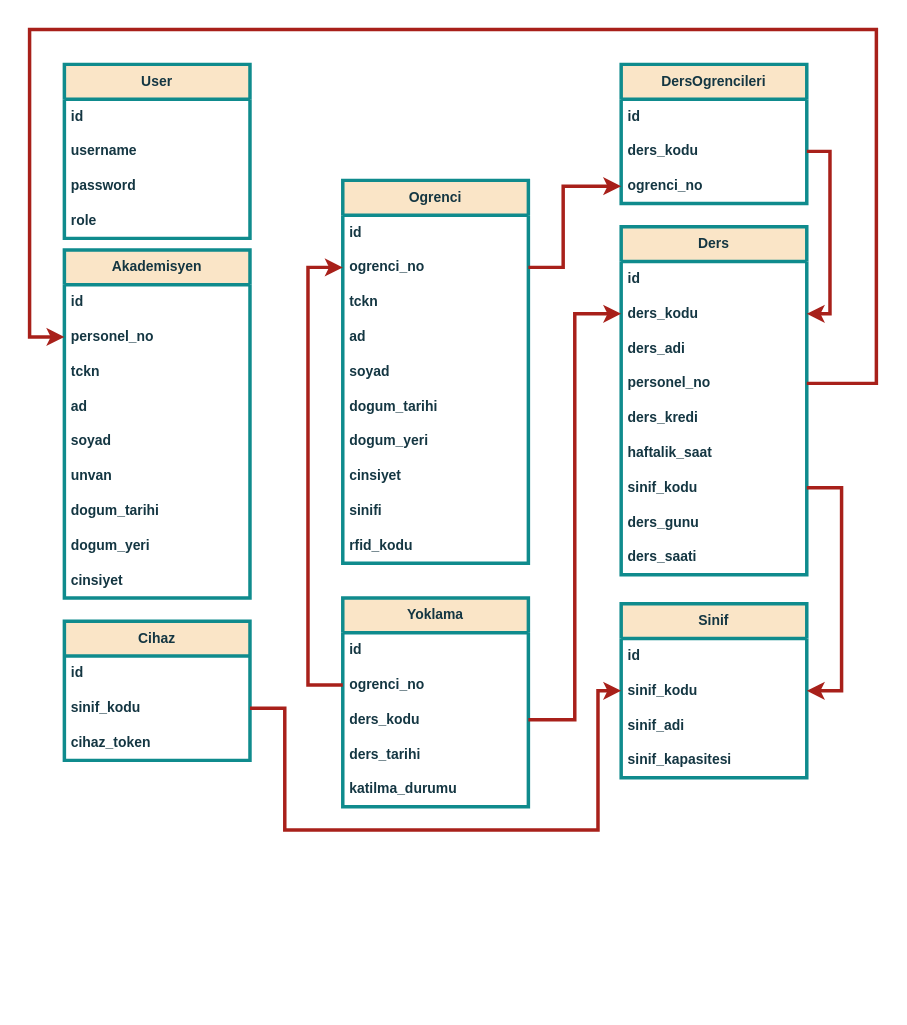
This is web/yapilanlar/2_veritabanının oluşturulması/4_tasarim/veritabani_v7.drawio from azizcanhamas/iot-web-based-electronic-attendance-system, a draw.io file, before an edit. Source tidied: cells renumbered, new cells numbered last; positions are measured from the earlier drawing's top-left corner, leaving out a move shared by most shapes. Both pictures are drawn from the tidied source at 116%, with x=0, y=0 at pixel (29, 29).
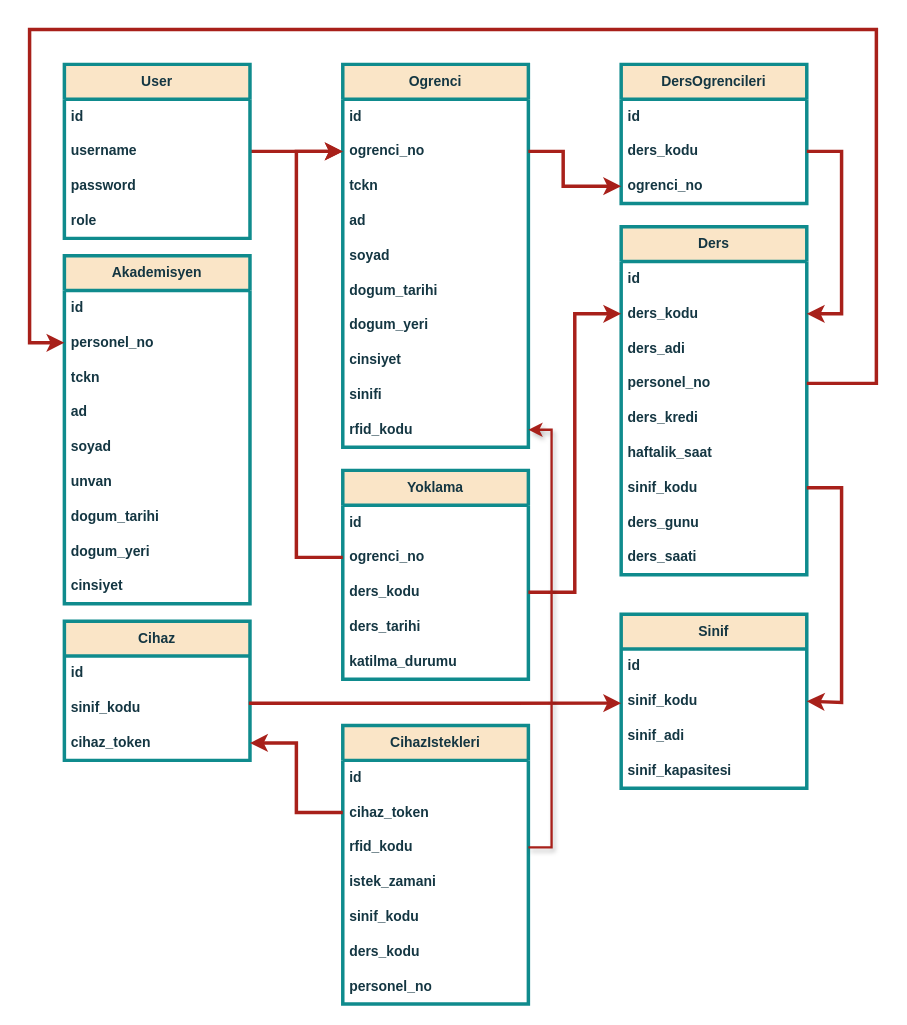
The same diagram, later.

Commit message (it also covers changes not shown here):
Add CihazIstekleri table to Admin home page.

The change refers to these unchanged cells:
```xml
<mxCell id="4" value="personel_no" style="text;strokeColor=none;fillColor=none;align=left;verticalAlign=middle;spacingLeft=4;spacingRight=4;overflow=hidden;points=[[0,0.5],[1,0.5]];portConstraint=eastwest;whiteSpace=wrap;html=1;fontStyle=1;rounded=0;labelBackgroundColor=none;fontColor=#143642;strokeWidth=3;" parent="2" vertex="1">
  <mxGeometry y="60" width="160" height="30" as="geometry" />
</mxCell>
<mxCell id="14" value="ogrenci_no" style="text;strokeColor=none;fillColor=none;align=left;verticalAlign=middle;spacingLeft=4;spacingRight=4;overflow=hidden;points=[[0,0.5],[1,0.5]];portConstraint=eastwest;whiteSpace=wrap;html=1;fontStyle=1;rounded=0;labelBackgroundColor=none;fontColor=#143642;strokeWidth=3;" parent="12" vertex="1">
  <mxGeometry y="60" width="160" height="30" as="geometry" />
</mxCell>
<mxCell id="22" value="rfid_kodu" style="text;strokeColor=none;fillColor=none;align=left;verticalAlign=middle;spacingLeft=4;spacingRight=4;overflow=hidden;points=[[0,0.5],[1,0.5]];portConstraint=eastwest;whiteSpace=wrap;html=1;fontStyle=1;rounded=0;labelBackgroundColor=none;fontColor=#143642;strokeWidth=3;" parent="12" vertex="1">
  <mxGeometry y="300" width="160" height="30" as="geometry" />
</mxCell>
<mxCell id="25" value="ders_kodu" style="text;strokeColor=none;fillColor=none;align=left;verticalAlign=middle;spacingLeft=4;spacingRight=4;overflow=hidden;points=[[0,0.5],[1,0.5]];portConstraint=eastwest;whiteSpace=wrap;html=1;fontStyle=1;rounded=0;labelBackgroundColor=none;fontColor=#143642;strokeWidth=3;" parent="23" vertex="1">
  <mxGeometry y="60" width="160" height="30" as="geometry" />
</mxCell>
<mxCell id="27" value="personel_no" style="text;strokeColor=none;fillColor=none;align=left;verticalAlign=middle;spacingLeft=4;spacingRight=4;overflow=hidden;points=[[0,0.5],[1,0.5]];portConstraint=eastwest;whiteSpace=wrap;html=1;fontStyle=1;rounded=0;labelBackgroundColor=none;fontColor=#143642;strokeWidth=3;" parent="23" vertex="1">
  <mxGeometry y="120" width="160" height="30" as="geometry" />
</mxCell>
<mxCell id="30" value="sinif_kodu" style="text;strokeColor=none;fillColor=none;align=left;verticalAlign=middle;spacingLeft=4;spacingRight=4;overflow=hidden;points=[[0,0.5],[1,0.5]];portConstraint=eastwest;whiteSpace=wrap;html=1;fontStyle=1;rounded=0;labelBackgroundColor=none;fontColor=#143642;strokeWidth=3;" parent="23" vertex="1">
  <mxGeometry y="210" width="160" height="30" as="geometry" />
</mxCell>
<mxCell id="35" value="ogrenci_no" style="text;strokeColor=none;fillColor=none;align=left;verticalAlign=middle;spacingLeft=4;spacingRight=4;overflow=hidden;points=[[0,0.5],[1,0.5]];portConstraint=eastwest;whiteSpace=wrap;html=1;fontStyle=1;rounded=0;labelBackgroundColor=none;fontColor=#143642;strokeWidth=3;" parent="33" vertex="1">
  <mxGeometry y="60" width="160" height="30" as="geometry" />
</mxCell>
<mxCell id="36" value="ders_kodu" style="text;strokeColor=none;fillColor=none;align=left;verticalAlign=middle;spacingLeft=4;spacingRight=4;overflow=hidden;points=[[0,0.5],[1,0.5]];portConstraint=eastwest;whiteSpace=wrap;html=1;fontStyle=1;rounded=0;labelBackgroundColor=none;fontColor=#143642;strokeWidth=3;" parent="33" vertex="1">
  <mxGeometry y="90" width="160" height="30" as="geometry" />
</mxCell>
<mxCell id="41" value="sinif_kodu" style="text;align=left;verticalAlign=middle;spacingLeft=4;spacingRight=4;overflow=hidden;points=[[0,0.5],[1,0.5]];portConstraint=eastwest;whiteSpace=wrap;html=1;fontStyle=1;rounded=0;labelBackgroundColor=none;fontColor=#143642;strokeWidth=3;" parent="39" vertex="1">
  <mxGeometry y="60" width="160" height="30" as="geometry" />
</mxCell>
<mxCell id="46" value="sinif_kodu" style="text;strokeColor=none;fillColor=none;align=left;verticalAlign=middle;spacingLeft=4;spacingRight=4;overflow=hidden;points=[[0,0.5],[1,0.5]];portConstraint=eastwest;whiteSpace=wrap;html=1;fontStyle=1;rounded=0;labelBackgroundColor=none;fontColor=#143642;strokeWidth=3;" parent="44" vertex="1">
  <mxGeometry y="60" width="160" height="30" as="geometry" />
</mxCell>
<mxCell id="47" value="cihaz_token" style="text;strokeColor=none;fillColor=none;align=left;verticalAlign=middle;spacingLeft=4;spacingRight=4;overflow=hidden;points=[[0,0.5],[1,0.5]];portConstraint=eastwest;whiteSpace=wrap;html=1;fontStyle=1;rounded=0;labelBackgroundColor=none;fontColor=#143642;strokeWidth=3;" parent="44" vertex="1">
  <mxGeometry y="90" width="160" height="30" as="geometry" />
</mxCell>
<mxCell id="50" value="ders_kodu" style="text;strokeColor=none;fillColor=none;align=left;verticalAlign=middle;spacingLeft=4;spacingRight=4;overflow=hidden;points=[[0,0.5],[1,0.5]];portConstraint=eastwest;whiteSpace=wrap;html=1;fontStyle=1;rounded=0;labelBackgroundColor=none;fontColor=#143642;strokeWidth=3;" parent="48" vertex="1">
  <mxGeometry y="60" width="160" height="30" as="geometry" />
</mxCell>
<mxCell id="51" value="ogrenci_no" style="text;strokeColor=none;fillColor=none;align=left;verticalAlign=middle;spacingLeft=4;spacingRight=4;overflow=hidden;points=[[0,0.5],[1,0.5]];portConstraint=eastwest;whiteSpace=wrap;html=1;fontStyle=1;rounded=0;labelBackgroundColor=none;fontColor=#143642;strokeWidth=3;" parent="48" vertex="1">
  <mxGeometry y="90" width="160" height="30" as="geometry" />
</mxCell>
<mxCell id="59" value="User" style="swimlane;fontStyle=1;horizontal=1;startSize=30;whiteSpace=wrap;html=1;fillColor=#FAE5C7;strokeColor=#0F8B8D;rounded=0;labelBackgroundColor=none;fontColor=#143642;strokeWidth=3;" parent="1" vertex="1">
  <mxGeometry x="30" y="30" width="160" height="150" as="geometry" />
</mxCell>
```

What changed in the source:
```diff
@@
     <mxCell id="2" value="Akademisyen" style="swimlane;fontStyle=1;horizontal=1;startSize=30;whiteSpace=wrap;html=1;fillColor=#FAE5C7;strokeColor=#0F8B8D;rounded=0;labelBackgroundColor=none;fontColor=#143642;strokeWidth=3;" parent="1" vertex="1">
-      <mxGeometry x="30" y="190" width="160" height="300" as="geometry" />
+      <mxGeometry x="30" y="195" width="160" height="300" as="geometry" />
     </mxCell>
@@
     <mxCell id="12" value="Ogrenci" style="swimlane;fontStyle=1;horizontal=1;startSize=30;whiteSpace=wrap;html=1;fillColor=#FAE5C7;strokeColor=#0F8B8D;rounded=0;labelBackgroundColor=none;fontColor=#143642;strokeWidth=3;" parent="1" vertex="1">
-      <mxGeometry x="270" y="130" width="160" height="330" as="geometry" />
+      <mxGeometry x="270" y="30" width="160" height="330" as="geometry" />
     </mxCell>
@@
     <mxCell id="33" value="Yoklama" style="swimlane;fontStyle=1;horizontal=1;startSize=30;whiteSpace=wrap;html=1;fillColor=#FAE5C7;fontColor=#143642;strokeColor=#0F8B8D;rounded=0;labelBackgroundColor=none;strokeWidth=3;" parent="1" vertex="1">
-      <mxGeometry x="270" y="490" width="160" height="180" as="geometry" />
+      <mxGeometry x="270" y="380" width="160" height="180" as="geometry" />
     </mxCell>
@@
     <mxCell id="39" value="Sinif" style="swimlane;fontStyle=1;horizontal=1;startSize=30;whiteSpace=wrap;html=1;fillColor=#FAE5C7;strokeColor=#0F8B8D;rounded=0;labelBackgroundColor=none;fontColor=#143642;strokeWidth=3;" parent="1" vertex="1">
-      <mxGeometry x="510" y="495" width="160" height="150" as="geometry" />
+      <mxGeometry x="510" y="504" width="160" height="150" as="geometry" />
     </mxCell>
@@
-    <mxCell id="52" style="edgeStyle=orthogonalEdgeStyle;rounded=0;jettySize=auto;html=1;entryX=0;entryY=0.5;entryDx=0;entryDy=0;fontStyle=1;labelBackgroundColor=none;strokeColor=#A8201A;fontColor=default;strokeWidth=3;exitX=1;exitY=0.5;exitDx=0;exitDy=0;" parent="1" edge="1" source="46" target="41">
+    <mxCell id="52" style="edgeStyle=orthogonalEdgeStyle;rounded=0;jettySize=auto;html=1;entryX=0;entryY=0.555;entryDx=0;entryDy=0;fontStyle=1;labelBackgroundColor=none;strokeColor=#A8201A;fontColor=default;strokeWidth=3;exitX=0.994;exitY=0.353;exitDx=0;exitDy=0;exitPerimeter=0;entryPerimeter=0;" parent="1" edge="1" source="46" target="41">
       <mxGeometry relative="1" as="geometry">
         <Array as="points">
-          <mxPoint x="220" y="585" />
-          <mxPoint x="220" y="690" />
-          <mxPoint x="490" y="690" />
-          <mxPoint x="490" y="570" />
+          <mxPoint x="510" y="581" />
         </Array>
       </mxGeometry>
     </mxCell>
     <mxCell id="53" style="edgeStyle=orthogonalEdgeStyle;rounded=0;jettySize=auto;html=1;exitX=1;exitY=0.5;exitDx=0;exitDy=0;entryX=0;entryY=0.5;entryDx=0;entryDy=0;fontStyle=1;labelBackgroundColor=none;strokeColor=#A8201A;fontColor=default;strokeWidth=3;" parent="1" edge="1" source="36" target="25">
       <mxGeometry relative="1" as="geometry">
         <Array as="points">
-          <mxPoint x="470" y="595" />
+          <mxPoint x="470" y="485" />
           <mxPoint x="470" y="245" />
         </Array>
       </mxGeometry>
     </mxCell>
     <mxCell id="54" style="edgeStyle=orthogonalEdgeStyle;rounded=0;jettySize=auto;html=1;exitX=1;exitY=0.5;exitDx=0;exitDy=0;entryX=1;entryY=0.5;entryDx=0;entryDy=0;fontStyle=1;labelBackgroundColor=none;strokeColor=#A8201A;fontColor=default;strokeWidth=3;" parent="1" edge="1" source="30" target="41">
       <mxGeometry relative="1" as="geometry">
         <Array as="points">
           <mxPoint x="700" y="395" />
-          <mxPoint x="700" y="570" />
+          <mxPoint x="700" y="580" />
+          <mxPoint x="670" y="580" />
         </Array>
       </mxGeometry>
     </mxCell>
     <mxCell id="55" style="edgeStyle=orthogonalEdgeStyle;rounded=0;jettySize=auto;html=1;exitX=1;exitY=0.5;exitDx=0;exitDy=0;entryX=1;entryY=0.5;entryDx=0;entryDy=0;fontStyle=1;labelBackgroundColor=none;strokeColor=#A8201A;fontColor=default;strokeWidth=3;" parent="1" edge="1" source="50" target="25">
       <mxGeometry relative="1" as="geometry">
         <Array as="points">
-          <mxPoint x="690" y="105" />
-          <mxPoint x="690" y="245" />
+          <mxPoint x="700" y="105" />
+          <mxPoint x="700" y="245" />
         </Array>
       </mxGeometry>
     </mxCell>
-    <mxCell id="56" style="edgeStyle=orthogonalEdgeStyle;rounded=0;jettySize=auto;html=1;exitX=1;exitY=0.5;exitDx=0;exitDy=0;entryX=0;entryY=0.5;entryDx=0;entryDy=0;fontStyle=1;labelBackgroundColor=none;strokeColor=#A8201A;fontColor=default;strokeWidth=3;" parent="1" edge="1" source="27" target="4">
+    <mxCell id="56" style="edgeStyle=orthogonalEdgeStyle;rounded=0;jettySize=auto;html=1;exitX=1;exitY=0.5;exitDx=0;exitDy=0;fontStyle=1;labelBackgroundColor=none;strokeColor=#A8201A;fontColor=default;strokeWidth=3;" parent="1" edge="1" source="27">
       <mxGeometry relative="1" as="geometry">
+        <mxPoint x="30" y="270" as="targetPoint" />
         <Array as="points">
           <mxPoint x="730" y="305" />
           <mxPoint x="730" />
           <mxPoint />
-          <mxPoint y="265" />
+          <mxPoint y="270" />
         </Array>
       </mxGeometry>
     </mxCell>
     <mxCell id="57" style="edgeStyle=orthogonalEdgeStyle;rounded=0;jettySize=auto;html=1;exitX=0;exitY=0.5;exitDx=0;exitDy=0;entryX=0;entryY=0.5;entryDx=0;entryDy=0;labelBackgroundColor=none;strokeColor=#A8201A;fontColor=default;strokeWidth=3;" parent="1" edge="1" source="35" target="14">
       <mxGeometry relative="1" as="geometry">
         <Array as="points">
-          <mxPoint x="240" y="565" />
-          <mxPoint x="240" y="205" />
+          <mxPoint x="230" y="455" />
+          <mxPoint x="230" y="105" />
         </Array>
       </mxGeometry>
     </mxCell>
     <mxCell id="58" style="edgeStyle=orthogonalEdgeStyle;rounded=0;jettySize=auto;html=1;exitX=1;exitY=0.5;exitDx=0;exitDy=0;entryX=0;entryY=0.5;entryDx=0;entryDy=0;labelBackgroundColor=none;strokeColor=#A8201A;fontColor=default;strokeWidth=3;" parent="1" edge="1" source="14" target="51">
       <mxGeometry relative="1" as="geometry">
         <Array as="points">
-          <mxPoint x="460" y="205" />
+          <mxPoint x="460" y="105" />
           <mxPoint x="460" y="135" />
         </Array>
       </mxGeometry>
     </mxCell>
+    <mxCell id="64" style="edgeStyle=orthogonalEdgeStyle;rounded=0;jettySize=auto;html=1;exitX=1;exitY=0.5;exitDx=0;exitDy=0;entryX=0;entryY=0.5;entryDx=0;entryDy=0;strokeColor=#A8201A;fontColor=#143642;fillColor=#FAE5C7;strokeWidth=3;" parent="1" edge="1" source="59" target="14">
+      <mxGeometry relative="1" as="geometry" />
+    </mxCell>
@@
+    <mxCell id="65" value="CihazIstekleri" style="swimlane;fontStyle=1;horizontal=1;startSize=30;whiteSpace=wrap;html=1;fillColor=#FAE5C7;strokeColor=#0F8B8D;rounded=0;labelBackgroundColor=none;fontColor=#143642;strokeWidth=3;" parent="1" vertex="1">
+      <mxGeometry x="270" y="600" width="160" height="240" as="geometry" />
+    </mxCell>
+    <mxCell id="66" value="id" style="text;strokeColor=none;fillColor=none;align=left;verticalAlign=middle;spacingLeft=4;spacingRight=4;overflow=hidden;whiteSpace=wrap;html=1;fontStyle=1;rounded=0;labelBackgroundColor=none;fontColor=#143642;strokeWidth=3;" parent="65" vertex="1">
+      <mxGeometry y="30" width="160" height="30" as="geometry" />
+    </mxCell>
+    <mxCell id="67" value="cihaz_token" style="text;strokeColor=none;fillColor=none;align=left;verticalAlign=middle;spacingLeft=4;spacingRight=4;overflow=hidden;points=[[0,0.5],[1,0.5]];portConstraint=eastwest;whiteSpace=wrap;html=1;fontStyle=1;rounded=0;labelBackgroundColor=none;fontColor=#143642;strokeWidth=3;" parent="65" vertex="1">
+      <mxGeometry y="60" width="160" height="30" as="geometry" />
+    </mxCell>
+    <mxCell id="68" value="rfid_kodu" style="text;strokeColor=none;fillColor=none;align=left;verticalAlign=middle;spacingLeft=4;spacingRight=4;overflow=hidden;points=[[0,0.5],[1,0.5]];portConstraint=eastwest;whiteSpace=wrap;html=1;fontStyle=1;rounded=0;labelBackgroundColor=none;fontColor=#143642;strokeWidth=3;" parent="65" vertex="1">
+      <mxGeometry y="90" width="160" height="30" as="geometry" />
+    </mxCell>
+    <mxCell id="69" value="istek_zamani" style="text;strokeColor=none;fillColor=none;align=left;verticalAlign=middle;spacingLeft=4;spacingRight=4;overflow=hidden;whiteSpace=wrap;html=1;fontStyle=1;rounded=0;labelBackgroundColor=none;fontColor=#143642;strokeWidth=3;" parent="65" vertex="1">
+      <mxGeometry y="120" width="160" height="30" as="geometry" />
+    </mxCell>
+    <mxCell id="70" value="sinif_kodu" style="text;strokeColor=none;fillColor=none;align=left;verticalAlign=middle;spacingLeft=4;spacingRight=4;overflow=hidden;whiteSpace=wrap;html=1;fontStyle=1;rounded=0;labelBackgroundColor=none;fontColor=#143642;strokeWidth=3;" parent="65" vertex="1">
+      <mxGeometry y="150" width="160" height="30" as="geometry" />
+    </mxCell>
+    <mxCell id="71" value="ders_kodu" style="text;strokeColor=none;fillColor=none;align=left;verticalAlign=middle;spacingLeft=4;spacingRight=4;overflow=hidden;whiteSpace=wrap;html=1;fontStyle=1;rounded=0;labelBackgroundColor=none;fontColor=#143642;strokeWidth=3;" parent="65" vertex="1">
+      <mxGeometry y="180" width="160" height="30" as="geometry" />
+    </mxCell>
+    <mxCell id="72" value="personel_no" style="text;strokeColor=none;fillColor=none;align=left;verticalAlign=middle;spacingLeft=4;spacingRight=4;overflow=hidden;whiteSpace=wrap;html=1;fontStyle=1;rounded=0;labelBackgroundColor=none;fontColor=#143642;strokeWidth=3;" parent="65" vertex="1">
+      <mxGeometry y="210" width="160" height="30" as="geometry" />
+    </mxCell>
+    <mxCell id="73" style="edgeStyle=orthogonalEdgeStyle;rounded=0;jettySize=auto;html=1;exitX=0;exitY=0.5;exitDx=0;exitDy=0;entryX=1;entryY=0.5;entryDx=0;entryDy=0;strokeColor=#A8201A;fontColor=#143642;fillColor=#FAE5C7;strokeWidth=3;" parent="1" edge="1" source="67" target="47">
+      <mxGeometry relative="1" as="geometry" />
+    </mxCell>
+    <mxCell id="74" style="edgeStyle=orthogonalEdgeStyle;rounded=0;jettySize=auto;html=1;exitX=1;exitY=0.5;exitDx=0;exitDy=0;entryX=1;entryY=0.5;entryDx=0;entryDy=0;strokeColor=#A8201A;fontColor=#143642;fillColor=#FAE5C7;strokeWidth=2;shadow=1;" parent="1" edge="1" source="68" target="22">
+      <mxGeometry relative="1" as="geometry" />
+    </mxCell>
```
